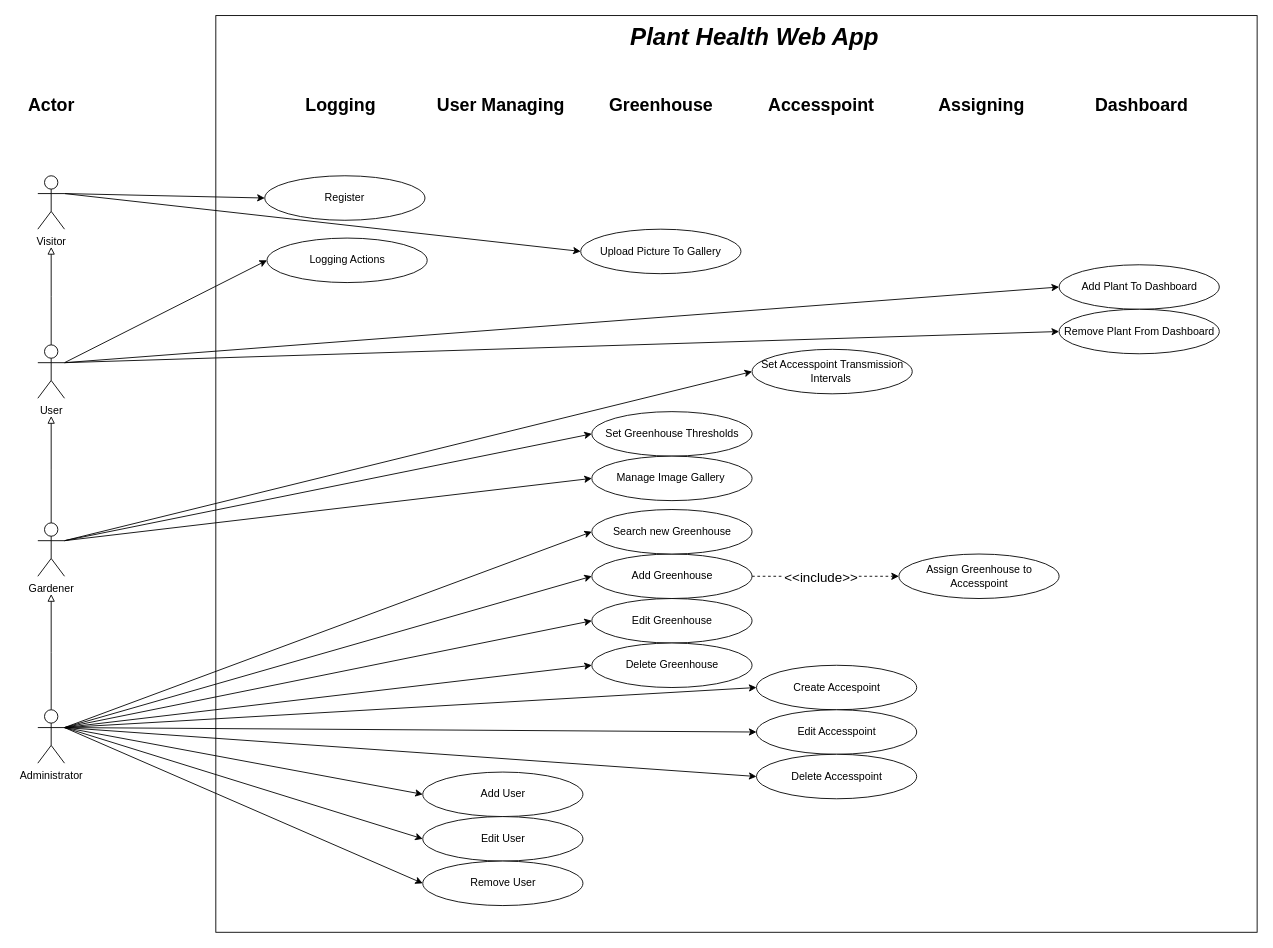
Fasghgfja/skeletonwithRain keeps this draw.io diagram as SWconcept/use case/diagram.drawio. Above is the earlier version. Source tidied: cells renumbered, new cells numbered last; positions are measured from the earlier drawing's top-left corner, leaving out a move shared by most shapes. Both pictures are drawn from the tidied source at 89%, with x=0, y=0 at pixel (15, 15).
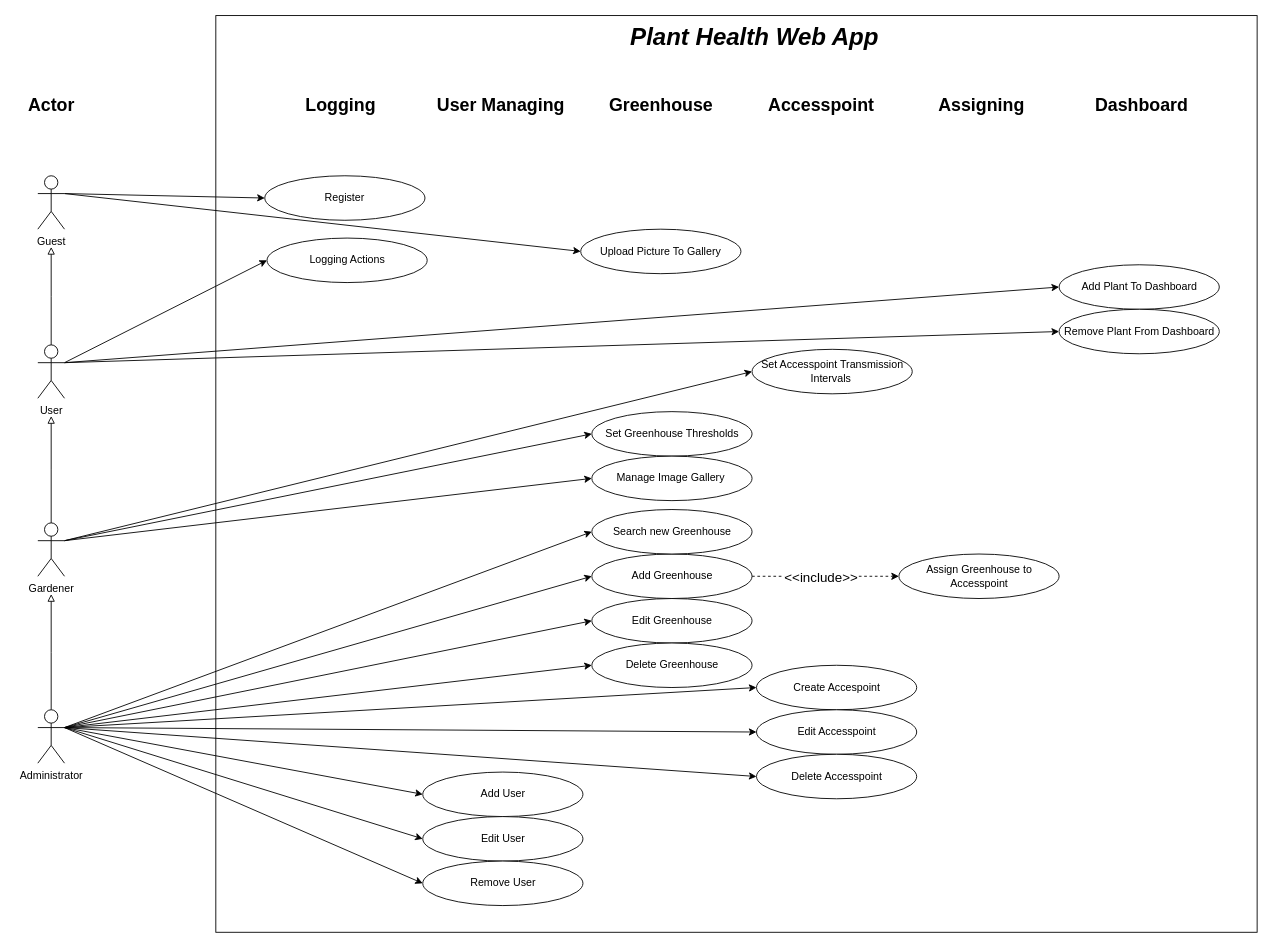
Above is the later version.

Commit message (it also covers changes not shown here):
updated diagram.drawio updated use case written (still not finished though)

Change to the diagram source:
```diff
@@
-    <mxCell id="27" value="Visitor" style="shape=umlActor;verticalLabelPosition=bottom;verticalAlign=top;html=1;outlineConnect=0;" parent="1" vertex="1">
+    <mxCell id="27" value="Guest" style="shape=umlActor;verticalLabelPosition=bottom;verticalAlign=top;html=1;outlineConnect=0;" parent="1" vertex="1">
       <mxGeometry x="25" y="180" width="30" height="60" as="geometry" />
     </mxCell>
```
